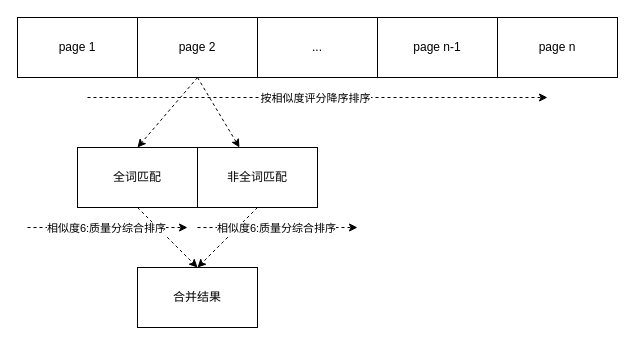
Before: xueyuan/xueyuan.drawio in diaohancai/diagrams, a draw.io diagram. Source tidied: cells renumbered, new cells numbered last; positions are measured from the earlier drawing's top-left corner, leaving out a move shared by most shapes. Both pictures are drawn from the tidied source at 100%, with x=0, y=0 at pixel (17, 17).
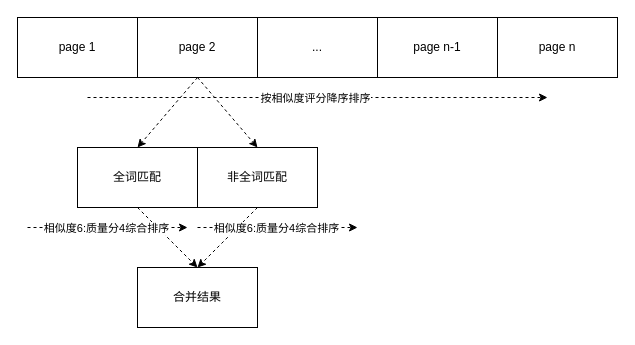
After the change.

The change refers to these unchanged cells:
```xml
<mxCell id="5" value="page 2" style="rounded=0;whiteSpace=wrap;html=1;" parent="1" vertex="1">
  <mxGeometry x="120" width="120" height="60" as="geometry" />
</mxCell>
<mxCell id="14" value="非全词匹配" style="rounded=0;whiteSpace=wrap;html=1;" parent="1" vertex="1">
  <mxGeometry x="180" y="130" width="120" height="60" as="geometry" />
</mxCell>
<mxCell id="15" style="endArrow=classic;html=1;rounded=0;dashed=1;" parent="1" edge="1">
  <mxGeometry relative="1" as="geometry">
    <mxPoint x="10" y="210" as="sourcePoint" />
    <mxPoint x="170" y="210" as="targetPoint" />
  </mxGeometry>
</mxCell>
<mxCell id="17" style="endArrow=classic;html=1;rounded=0;dashed=1;" parent="1" edge="1">
  <mxGeometry relative="1" as="geometry">
    <mxPoint x="180" y="210" as="sourcePoint" />
    <mxPoint x="340" y="210" as="targetPoint" />
  </mxGeometry>
</mxCell>
```

Change to the diagram source:
```diff
@@
-    <mxCell id="4" style="rounded=0;jettySize=auto;html=1;exitX=0.5;exitY=1;exitDx=0;exitDy=0;dashed=1;" parent="1" edge="1" source="5" target="14">
+    <mxCell id="4" style="rounded=0;jettySize=auto;html=1;exitX=0.5;exitY=1;exitDx=0;exitDy=0;dashed=1;entryX=0.5;entryY=0;entryDx=0;entryDy=0;" parent="1" edge="1" source="5" target="14">
       <mxGeometry relative="1" as="geometry" />
     </mxCell>
@@
-    <mxCell id="16" value="相似度6:质量分综合排序" style="edgeLabel;html=1;align=center;verticalAlign=middle;" parent="15" vertex="1">
+    <mxCell id="16" value="相似度6:质量分4综合排序" style="edgeLabel;html=1;align=center;verticalAlign=middle;" parent="15" vertex="1">
       <mxGeometry x="-0.1" y="3" relative="1" as="geometry">
         <mxPoint x="6" y="3" as="offset" />
       </mxGeometry>
     </mxCell>
@@
-    <mxCell id="18" value="相似度6:质量分综合排序" style="edgeLabel;html=1;align=center;verticalAlign=middle;" parent="17" vertex="1">
+    <mxCell id="18" value="相似度6:质量分4综合排序" style="edgeLabel;html=1;align=center;verticalAlign=middle;" parent="17" vertex="1">
       <mxGeometry x="-0.1" y="3" relative="1" as="geometry">
         <mxPoint x="6" y="3" as="offset" />
       </mxGeometry>
     </mxCell>
```
